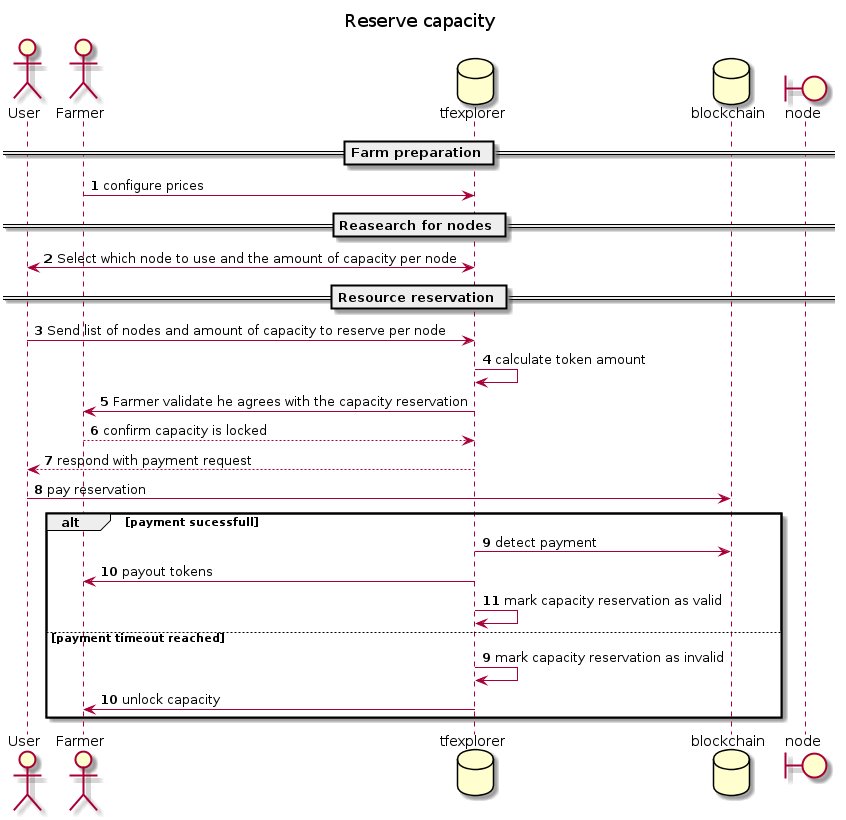
This is specs/reserve_capacity.png from threefoldtecharchive/tfexplorer, a PlantUML export, as it was before one commit.
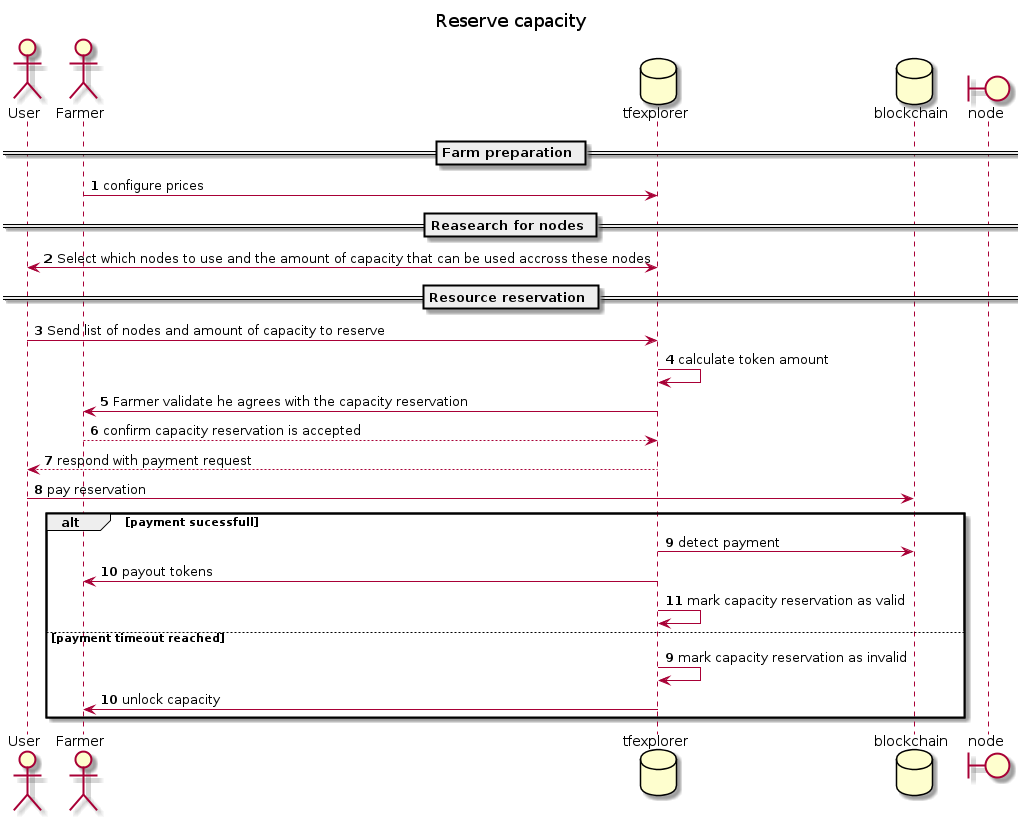
After the commit.

Commit message:
Rework first steps in capacity reservation diagram

What changed in the source:
```diff
@@ -12,12 +12,12 @@
 == Farm preparation ==
 farmer -> tfexplorer: configure prices
 == Reasearch for nodes ==
-user <-> tfexplorer: Select which node to use and the amount of capacity per node
+user <-> tfexplorer: Select which nodes to use and the amount of capacity that can be used accross these nodes
 == Resource reservation ==
-user -> tfexplorer: Send list of nodes and amount of capacity to reserve per node
+user -> tfexplorer: Send list of nodes and amount of capacity to reserve
 tfexplorer -> tfexplorer: calculate token amount
 tfexplorer -> farmer: Farmer validate he agrees with the capacity reservation
-farmer --> tfexplorer: confirm capacity is locked
+farmer --> tfexplorer: confirm capacity reservation is accepted
 tfexplorer --> user: respond with payment request
 user -> blockchain: pay reservation
 alt payment sucessfull
```
